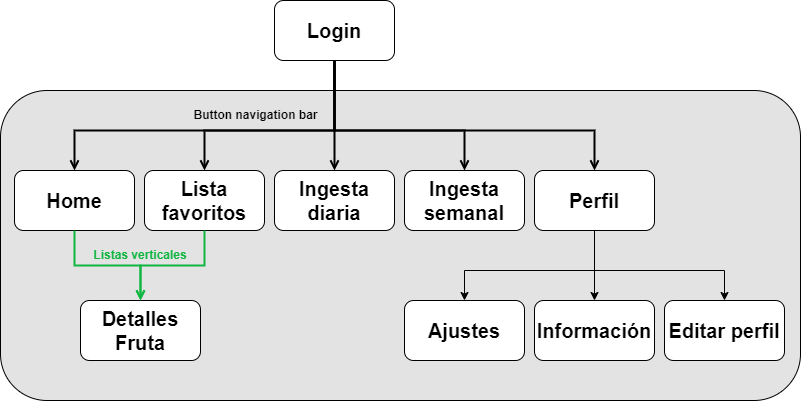
Before: imagenes_wiki/diagrama.png, a diagram exported from draw.io (AdrianUEx/Fruticion2.0). Source tidied: cells renumbered, new cells last; positions are measured from the earlier drawing's top-left corner, leaving out a move shared by most shapes.
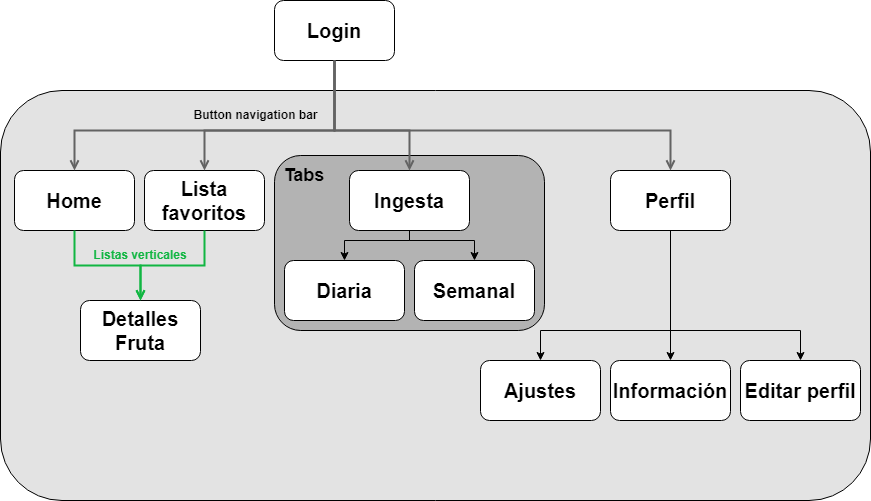
Above is the later version.

Commit message:
Actualizacion diagrama navegacion

What changed in the source:
```diff
@@ -3,7 +3,7 @@
     <mxCell id="0" />
     <mxCell id="1" parent="0" />
     <mxCell id="2" style="rounded=1;whiteSpace=wrap;html=1;fillColor=#e3e3e3;" parent="1" vertex="1">
-      <mxGeometry y="90" width="800" height="310" as="geometry" />
+      <mxGeometry y="90" width="870" height="410" as="geometry" />
     </mxCell>
     <mxCell id="3" value="&lt;b&gt;&lt;font style=&quot;font-size: 20px;&quot;&gt;Login&lt;/font&gt;&lt;/b&gt;" style="rounded=1;whiteSpace=wrap;html=1;" parent="1" vertex="1">
       <mxGeometry x="274" width="120" height="60" as="geometry" />
@@ -15,23 +15,23 @@
       <mxGeometry x="144" y="170" width="120" height="60" as="geometry" />
     </mxCell>
     <mxCell id="6" value="&lt;b&gt;&lt;font style=&quot;font-size: 20px;&quot;&gt;Perfil&lt;/font&gt;&lt;/b&gt;" style="rounded=1;whiteSpace=wrap;html=1;" parent="1" vertex="1">
-      <mxGeometry x="534" y="170" width="120" height="60" as="geometry" />
+      <mxGeometry x="610" y="170" width="120" height="60" as="geometry" />
     </mxCell>
-    <mxCell id="7" style="edgeStyle=elbowEdgeStyle;html=1;endArrow=open;elbow=vertical;endFill=1;rounded=0;exitX=0.5;exitY=1;exitDx=0;exitDy=0;entryX=0.5;entryY=0;entryDx=0;entryDy=0;strokeWidth=2;" parent="1" edge="1" source="3" target="6">
+    <mxCell id="7" style="edgeStyle=elbowEdgeStyle;html=1;endArrow=open;elbow=vertical;endFill=1;rounded=0;exitX=0.5;exitY=1;exitDx=0;exitDy=0;entryX=0.5;entryY=0;entryDx=0;entryDy=0;strokeWidth=2;strokeColor=#636363;" parent="1" edge="1" source="3" target="6">
       <mxGeometry relative="1" as="geometry">
         <Array as="points">
           <mxPoint x="370" y="130" />
         </Array>
       </mxGeometry>
     </mxCell>
-    <mxCell id="8" style="edgeStyle=elbowEdgeStyle;html=1;endArrow=open;elbow=vertical;endFill=1;rounded=0;entryX=0.5;entryY=0;entryDx=0;entryDy=0;exitX=0.5;exitY=1;exitDx=0;exitDy=0;strokeWidth=2;" parent="1" edge="1" source="3" target="5">
+    <mxCell id="8" style="edgeStyle=elbowEdgeStyle;html=1;endArrow=open;elbow=vertical;endFill=1;rounded=0;entryX=0.5;entryY=0;entryDx=0;entryDy=0;exitX=0.5;exitY=1;exitDx=0;exitDy=0;strokeWidth=2;strokeColor=#636363;" parent="1" edge="1" source="3" target="5">
       <mxGeometry relative="1" as="geometry">
         <Array as="points">
           <mxPoint x="260" y="130" />
         </Array>
       </mxGeometry>
     </mxCell>
-    <mxCell id="9" value="&lt;b&gt;Button navigation bar&lt;/b&gt;" style="text;html=1;align=center;verticalAlign=middle;strokeColor=none;fillColor=none;" parent="1" vertex="1">
+    <mxCell id="9" value="&lt;b&gt;Button navigation bar&lt;/b&gt;" style="text;html=1;align=center;verticalAlign=middle;strokeColor=none;" parent="1" vertex="1">
       <mxGeometry x="180" y="100" width="150" height="30" as="geometry" />
     </mxCell>
     <mxCell id="10" value="&lt;b&gt;&lt;font style=&quot;font-size: 20px;&quot;&gt;Detalles Fruta&lt;/font&gt;&lt;/b&gt;" style="rounded=1;whiteSpace=wrap;html=1;" parent="1" vertex="1">
@@ -47,23 +47,26 @@
       <mxGeometry relative="1" as="geometry" />
     </mxCell>
     <mxCell id="14" value="&lt;span style=&quot;font-size: 20px;&quot;&gt;&lt;b&gt;Ajustes&lt;/b&gt;&lt;/span&gt;" style="rounded=1;whiteSpace=wrap;html=1;" parent="1" vertex="1">
-      <mxGeometry x="404" y="300" width="120" height="60" as="geometry" />
+      <mxGeometry x="480" y="360" width="120" height="60" as="geometry" />
     </mxCell>
     <mxCell id="15" style="endArrow=classic;html=1;rounded=0;exitX=0.5;exitY=1;exitDx=0;exitDy=0;entryX=0.5;entryY=0;entryDx=0;entryDy=0;" parent="1" edge="1" source="6" target="14">
       <mxGeometry relative="1" as="geometry">
         <Array as="points">
-          <mxPoint x="594" y="270" />
-          <mxPoint x="464" y="270" />
+          <mxPoint x="670" y="330" />
+          <mxPoint x="540" y="330" />
         </Array>
       </mxGeometry>
     </mxCell>
+    <mxCell id="25" style="rounded=1;whiteSpace=wrap;html=1;fillColor=#B3B3B3;" parent="1" vertex="1">
+      <mxGeometry x="274" y="155" width="270" height="175" as="geometry" />
+    </mxCell>
-    <mxCell id="16" value="&lt;b&gt;&lt;font style=&quot;font-size: 20px;&quot;&gt;Ingesta diaria&lt;/font&gt;&lt;/b&gt;" style="rounded=1;whiteSpace=wrap;html=1;" parent="1" vertex="1">
-      <mxGeometry x="274" y="170" width="120" height="60" as="geometry" />
+    <mxCell id="16" value="&lt;b&gt;&lt;font style=&quot;font-size: 20px;&quot;&gt;Diaria&lt;/font&gt;&lt;/b&gt;" style="rounded=1;whiteSpace=wrap;html=1;" parent="1" vertex="1">
+      <mxGeometry x="284" y="260" width="120" height="60" as="geometry" />
     </mxCell>
-    <mxCell id="17" value="&lt;b&gt;&lt;font style=&quot;font-size: 20px;&quot;&gt;Ingesta semanal&lt;/font&gt;&lt;/b&gt;" style="rounded=1;whiteSpace=wrap;html=1;" parent="1" vertex="1">
-      <mxGeometry x="404" y="170" width="120" height="60" as="geometry" />
+    <mxCell id="17" value="&lt;b&gt;&lt;font style=&quot;font-size: 20px;&quot;&gt;Semanal&lt;/font&gt;&lt;/b&gt;" style="rounded=1;whiteSpace=wrap;html=1;" parent="1" vertex="1">
+      <mxGeometry x="414" y="260" width="120" height="60" as="geometry" />
     </mxCell>
-    <mxCell id="18" style="edgeStyle=elbowEdgeStyle;html=1;endArrow=open;elbow=vertical;endFill=1;rounded=0;entryX=0.5;entryY=0;entryDx=0;entryDy=0;exitX=0.5;exitY=1;exitDx=0;exitDy=0;strokeWidth=2;" parent="1" edge="1" source="3" target="4">
+    <mxCell id="18" style="edgeStyle=elbowEdgeStyle;html=1;endArrow=open;elbow=vertical;endFill=1;rounded=0;entryX=0.5;entryY=0;entryDx=0;entryDy=0;exitX=0.5;exitY=1;exitDx=0;exitDy=0;strokeWidth=2;strokeColor=#636363;" parent="1" edge="1" source="3" target="4">
       <mxGeometry relative="1" as="geometry">
         <Array as="points">
           <mxPoint x="141" y="130" />
@@ -73,37 +76,52 @@
     <mxCell id="19" style="endArrow=classic;html=1;rounded=0;exitX=0.5;exitY=1;exitDx=0;exitDy=0;entryX=0.5;entryY=0;entryDx=0;entryDy=0;" parent="1" edge="1" source="6" target="20">
       <mxGeometry relative="1" as="geometry">
         <Array as="points">
-          <mxPoint x="594" y="270" />
+          <mxPoint x="670" y="330" />
         </Array>
       </mxGeometry>
     </mxCell>
     <mxCell id="20" value="&lt;span style=&quot;font-size: 20px;&quot;&gt;&lt;b&gt;Información&lt;/b&gt;&lt;/span&gt;" style="rounded=1;whiteSpace=wrap;html=1;" parent="1" vertex="1">
-      <mxGeometry x="534" y="300" width="120" height="60" as="geometry" />
+      <mxGeometry x="610" y="360" width="120" height="60" as="geometry" />
     </mxCell>
-    <mxCell id="21" style="edgeStyle=elbowEdgeStyle;html=1;endArrow=open;elbow=vertical;endFill=1;rounded=0;exitX=0.5;exitY=1;exitDx=0;exitDy=0;entryX=0.5;entryY=0;entryDx=0;entryDy=0;strokeWidth=2;" parent="1" edge="1" source="3" target="16">
-      <mxGeometry relative="1" as="geometry">
-        <Array as="points">
-          <mxPoint x="380" y="140" />
-        </Array>
-      </mxGeometry>
-    </mxCell>
-    <mxCell id="22" style="edgeStyle=elbowEdgeStyle;html=1;endArrow=open;elbow=vertical;endFill=1;rounded=0;exitX=0.5;exitY=1;exitDx=0;exitDy=0;entryX=0.5;entryY=0;entryDx=0;entryDy=0;strokeWidth=2;" parent="1" edge="1" source="3" target="17">
-      <mxGeometry relative="1" as="geometry">
-        <Array as="points">
-          <mxPoint x="400" y="130" />
-        </Array>
-      </mxGeometry>
-    </mxCell>
     <mxCell id="23" value="&lt;span style=&quot;font-size: 20px;&quot;&gt;&lt;b&gt;Editar perfil&lt;/b&gt;&lt;/span&gt;" style="rounded=1;whiteSpace=wrap;html=1;" parent="1" vertex="1">
-      <mxGeometry x="664" y="300" width="120" height="60" as="geometry" />
+      <mxGeometry x="740" y="360" width="120" height="60" as="geometry" />
     </mxCell>
     <mxCell id="24" style="endArrow=classic;html=1;rounded=0;exitX=0.5;exitY=1;exitDx=0;exitDy=0;entryX=0.5;entryY=0;entryDx=0;entryDy=0;" parent="1" edge="1" source="6" target="23">
       <mxGeometry relative="1" as="geometry">
         <Array as="points">
-          <mxPoint x="594" y="270" />
-          <mxPoint x="724" y="270" />
+          <mxPoint x="670" y="330" />
+          <mxPoint x="800" y="330" />
         </Array>
       </mxGeometry>
     </mxCell>
+    <mxCell id="26" value="&lt;b&gt;&lt;font style=&quot;font-size: 20px;&quot;&gt;Ingesta&lt;/font&gt;&lt;/b&gt;" style="rounded=1;whiteSpace=wrap;html=1;" parent="1" vertex="1">
+      <mxGeometry x="349" y="170" width="120" height="60" as="geometry" />
+    </mxCell>
+    <mxCell id="27" style="endArrow=classic;html=1;rounded=0;exitX=0.5;exitY=1;exitDx=0;exitDy=0;entryX=0.5;entryY=0;entryDx=0;entryDy=0;" parent="1" edge="1" source="26" target="16">
+      <mxGeometry relative="1" as="geometry">
+        <Array as="points">
+          <mxPoint x="409" y="240" />
+          <mxPoint x="344" y="240" />
+        </Array>
+      </mxGeometry>
+    </mxCell>
+    <mxCell id="28" style="endArrow=classic;html=1;rounded=0;exitX=0.5;exitY=1;exitDx=0;exitDy=0;entryX=0.5;entryY=0;entryDx=0;entryDy=0;" parent="1" edge="1" source="26" target="17">
+      <mxGeometry relative="1" as="geometry">
+        <Array as="points">
+          <mxPoint x="409" y="240" />
+          <mxPoint x="474" y="240" />
+        </Array>
+      </mxGeometry>
+    </mxCell>
+    <mxCell id="29" style="edgeStyle=elbowEdgeStyle;html=1;endArrow=open;elbow=vertical;endFill=1;rounded=0;exitX=0.5;exitY=1;exitDx=0;exitDy=0;entryX=0.5;entryY=0;entryDx=0;entryDy=0;strokeWidth=2;strokeColor=#636363;" parent="1" edge="1" source="3" target="26">
+      <mxGeometry relative="1" as="geometry">
+        <Array as="points">
+          <mxPoint x="370" y="130" />
+        </Array>
+      </mxGeometry>
+    </mxCell>
+    <mxCell id="30" value="&lt;b&gt;&lt;font style=&quot;font-size: 18px;&quot;&gt;Tabs&lt;/font&gt;&lt;/b&gt;" style="text;html=1;strokeColor=none;fillColor=none;align=center;verticalAlign=middle;whiteSpace=wrap;rounded=0;" parent="1" vertex="1">
+      <mxGeometry x="274" y="160" width="60" height="30" as="geometry" />
+    </mxCell>
   </root>
 </mxGraphModel>
```
